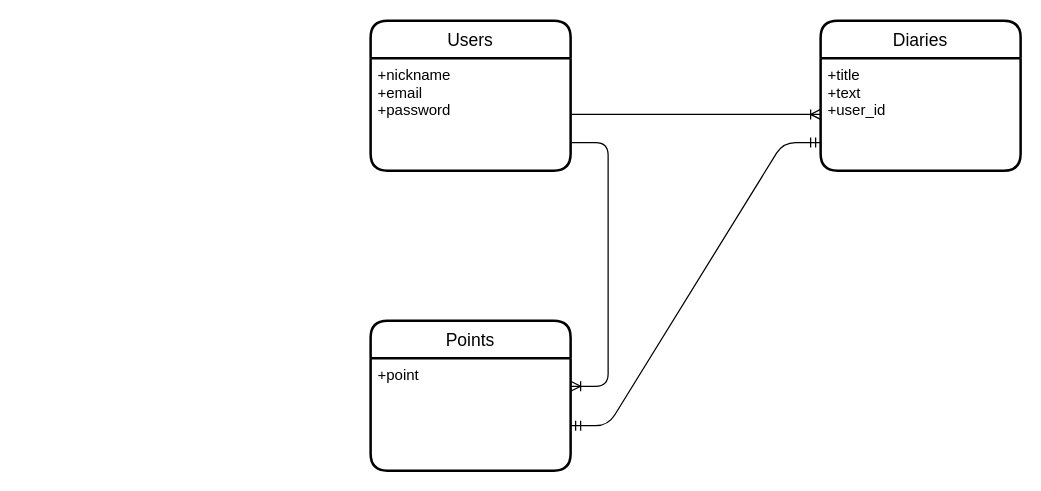
The draw.io diagram writing_ability.dio in kogureya/writing_ability, before the edit. Source tidied: cells renumbered, new cells numbered last; positions are measured from the earlier drawing's top-left corner, leaving out a move shared by most shapes. Both pictures are drawn from the tidied source at 125%, with x=0, y=0 at pixel (370, 20).
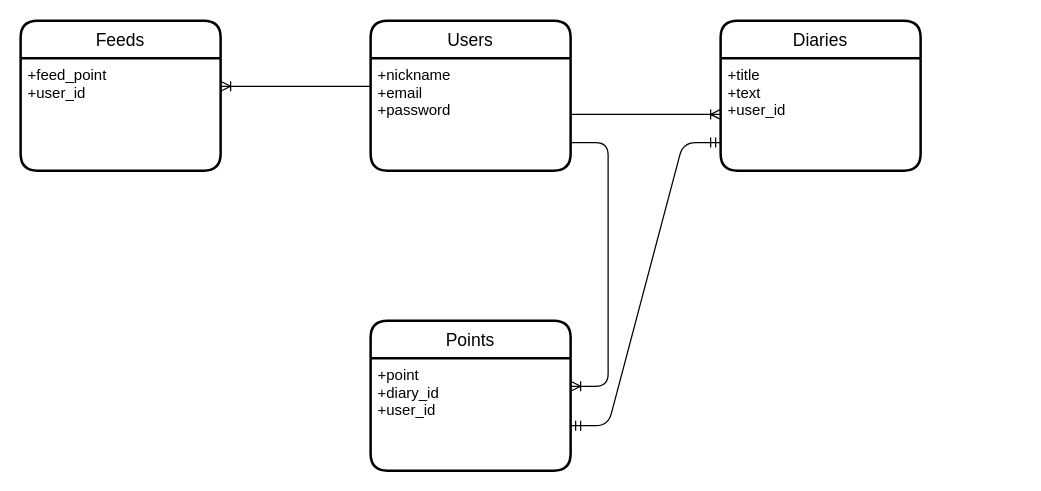
Above is the later version.

Commit message (it also covers changes not shown here):
ER図、READMEの修正

Change to the diagram source:
```diff
@@
 <mxGraphModel>
   <root>
     <mxCell id="0" />
     <mxCell id="1" parent="0" />
     <mxCell id="2" value="Users" style="swimlane;horizontal=1;startSize=30;rounded=1;fontSize=14;fontStyle=0;strokeWidth=2;shadow=0;dashed=0;align=center;" parent="1" vertex="1">
       <mxGeometry width="160" height="120" as="geometry" />
     </mxCell>
     <mxCell id="3" value="+nickname&#10;+email&#10;+password" style="align=left;strokeColor=none;fillColor=none;spacingLeft=4;fontSize=12;verticalAlign=top;" parent="2" vertex="1">
       <mxGeometry y="30" width="160" height="90" as="geometry" />
     </mxCell>
     <mxCell id="4" value="Diaries" style="swimlane;horizontal=1;startSize=30;rounded=1;fontSize=14;fontStyle=0;strokeWidth=2;shadow=0;dashed=0;align=center;" parent="1" vertex="1">
-      <mxGeometry x="360" width="160" height="120" as="geometry" />
+      <mxGeometry x="280" width="160" height="120" as="geometry" />
     </mxCell>
     <mxCell id="5" value="+title&#10;+text&#10;+user_id" style="align=left;strokeColor=none;fillColor=none;spacingLeft=4;fontSize=12;verticalAlign=top;" parent="4" vertex="1">
       <mxGeometry y="30" width="160" height="90" as="geometry" />
     </mxCell>
     <mxCell id="6" style="edgeStyle=entityRelationEdgeStyle;fontSize=12;html=1;endArrow=ERoneToMany;entryX=0;entryY=0.5;entryDx=0;entryDy=0;exitX=1;exitY=0.5;exitDx=0;exitDy=0;" parent="1" edge="1" source="3" target="5">
       <mxGeometry relative="1" as="geometry" />
     </mxCell>
     <mxCell id="7" value="Points" style="swimlane;horizontal=1;startSize=30;rounded=1;fontSize=14;fontStyle=0;strokeWidth=2;shadow=0;dashed=0;align=center;" parent="1" vertex="1">
       <mxGeometry y="240" width="160" height="120" as="geometry" />
     </mxCell>
-    <mxCell id="8" value="+point" style="align=left;strokeColor=none;fillColor=none;spacingLeft=4;fontSize=12;verticalAlign=top;" parent="7" vertex="1">
+    <mxCell id="8" value="+point&#10;+diary_id&#10;+user_id" style="align=left;strokeColor=none;fillColor=none;spacingLeft=4;fontSize=12;verticalAlign=top;" parent="7" vertex="1">
       <mxGeometry y="30" width="160" height="90" as="geometry" />
     </mxCell>
     <mxCell id="9" style="edgeStyle=entityRelationEdgeStyle;fontSize=12;html=1;endArrow=ERoneToMany;exitX=1;exitY=0.75;exitDx=0;exitDy=0;entryX=1;entryY=0.25;entryDx=0;entryDy=0;" parent="1" edge="1" source="3" target="8">
       <mxGeometry relative="1" as="geometry" />
     </mxCell>
     <mxCell id="10" style="edgeStyle=entityRelationEdgeStyle;fontSize=12;html=1;endArrow=ERmandOne;startArrow=ERmandOne;exitX=1;exitY=0.6;exitDx=0;exitDy=0;exitPerimeter=0;entryX=0;entryY=0.75;entryDx=0;entryDy=0;" parent="1" edge="1" source="8" target="5">
       <mxGeometry relative="1" as="geometry" />
     </mxCell>
+    <mxCell id="11" value="Feeds" style="swimlane;horizontal=1;startSize=30;rounded=1;fontSize=14;fontStyle=0;strokeWidth=2;shadow=0;dashed=0;align=center;" parent="1" vertex="1">
+      <mxGeometry x="-280" width="160" height="120" as="geometry" />
+    </mxCell>
+    <mxCell id="12" value="+feed_point&#10;+user_id" style="align=left;strokeColor=none;fillColor=none;spacingLeft=4;fontSize=12;verticalAlign=top;" parent="11" vertex="1">
+      <mxGeometry y="30" width="160" height="90" as="geometry" />
+    </mxCell>
+    <mxCell id="13" style="edgeStyle=entityRelationEdgeStyle;fontSize=12;html=1;endArrow=ERoneToMany;exitX=0;exitY=0.25;exitDx=0;exitDy=0;entryX=1;entryY=0.25;entryDx=0;entryDy=0;" parent="1" edge="1" source="3" target="12">
+      <mxGeometry relative="1" as="geometry" />
+    </mxCell>
   </root>
 </mxGraphModel>
```
